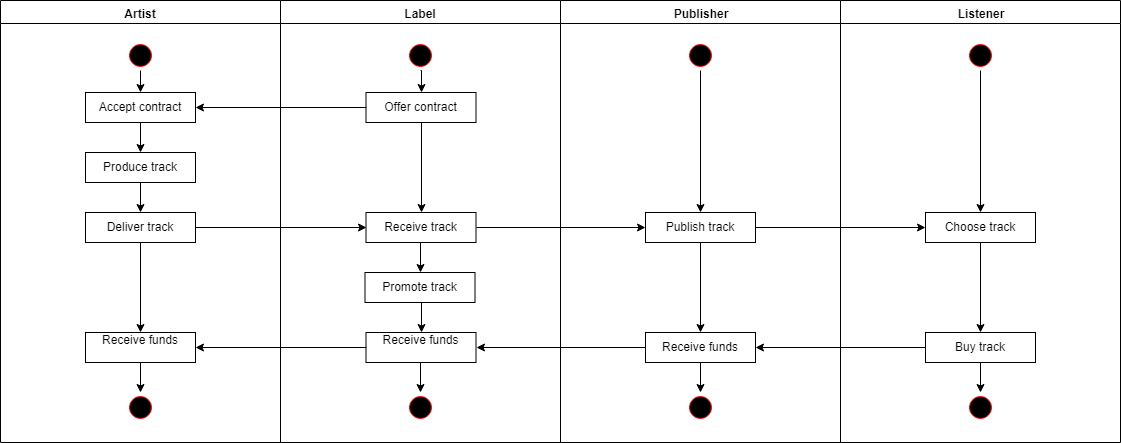
Earlier version of the draw.io export Blockchain Supply Chain - Activity.png (nymkappa/udacity-blockchain-nanodegree). Source tidied: cells renumbered, new cells last; positions are measured from the earlier drawing's top-left corner, leaving out a move shared by most shapes. Source of this version:
```xml
<mxGraphModel background="#ffffff">
  <root>
    <mxCell id="0" />
    <mxCell id="1" parent="0" />
    <mxCell id="2" value="Artist" style="swimlane;whiteSpace=wrap;" parent="1" vertex="1">
      <mxGeometry width="280" height="442" as="geometry" />
    </mxCell>
    <mxCell id="3" style="edgeStyle=orthogonalEdgeStyle;rounded=0;jettySize=auto;html=1;exitX=0.5;exitY=1;exitDx=0;exitDy=0;entryX=0.5;entryY=0;entryDx=0;entryDy=0;" parent="2" edge="1" source="4" target="6">
      <mxGeometry relative="1" as="geometry" />
    </mxCell>
    <mxCell id="4" style="ellipse;shape=startState;fillColor=#000000;strokeColor=#ff0000;" parent="2" vertex="1">
      <mxGeometry x="125" y="40" width="30" height="30" as="geometry" />
    </mxCell>
    <mxCell id="5" style="edgeStyle=orthogonalEdgeStyle;rounded=0;jettySize=auto;html=1;exitX=0.5;exitY=1;exitDx=0;exitDy=0;entryX=0.5;entryY=0;entryDx=0;entryDy=0;" parent="2" edge="1" source="6" target="8">
      <mxGeometry relative="1" as="geometry" />
    </mxCell>
    <mxCell id="6" value="Accept contract" parent="2" vertex="1">
      <mxGeometry x="85" y="92" width="110" height="30" as="geometry" />
    </mxCell>
    <mxCell id="7" style="edgeStyle=orthogonalEdgeStyle;rounded=0;jettySize=auto;html=1;exitX=0.5;exitY=1;exitDx=0;exitDy=0;entryX=0.5;entryY=0;entryDx=0;entryDy=0;" parent="2" edge="1" source="8" target="10">
      <mxGeometry relative="1" as="geometry" />
    </mxCell>
    <mxCell id="8" value="Produce track" parent="2" vertex="1">
      <mxGeometry x="85" y="152" width="110" height="30" as="geometry" />
    </mxCell>
    <mxCell id="9" style="edgeStyle=orthogonalEdgeStyle;rounded=0;jettySize=auto;html=1;exitX=0.5;exitY=1;exitDx=0;exitDy=0;entryX=0.5;entryY=0;entryDx=0;entryDy=0;fontColor=#000000;" parent="2" edge="1" source="10" target="12">
      <mxGeometry relative="1" as="geometry" />
    </mxCell>
    <mxCell id="10" value="Deliver track" parent="2" vertex="1">
      <mxGeometry x="85" y="212" width="110" height="30" as="geometry" />
    </mxCell>
    <mxCell id="11" style="edgeStyle=orthogonalEdgeStyle;rounded=0;jettySize=auto;html=1;exitX=0.5;exitY=1;exitDx=0;exitDy=0;entryX=0.5;entryY=0;entryDx=0;entryDy=0;fontColor=#000000;" parent="2" edge="1" source="12" target="13">
      <mxGeometry relative="1" as="geometry" />
    </mxCell>
    <mxCell id="12" value="Receive funds&#10;" parent="2" vertex="1">
      <mxGeometry x="85" y="332" width="110" height="30" as="geometry" />
    </mxCell>
    <mxCell id="13" style="ellipse;shape=startState;fillColor=#000000;strokeColor=#ff0000;" parent="2" vertex="1">
      <mxGeometry x="125" y="392" width="30" height="30" as="geometry" />
    </mxCell>
    <mxCell id="14" value="Label" style="swimlane;whiteSpace=wrap;startSize=23;" parent="1" vertex="1">
      <mxGeometry x="280" width="280" height="442" as="geometry" />
    </mxCell>
    <mxCell id="15" style="edgeStyle=orthogonalEdgeStyle;rounded=0;jettySize=auto;html=1;exitX=0.5;exitY=1;exitDx=0;exitDy=0;entryX=0.5;entryY=0;entryDx=0;entryDy=0;" parent="14" edge="1" source="16" target="18">
      <mxGeometry relative="1" as="geometry" />
    </mxCell>
    <mxCell id="16" style="ellipse;shape=startState;fillColor=#000000;strokeColor=#ff0000;" parent="14" vertex="1">
      <mxGeometry x="124.5" y="40" width="30" height="30" as="geometry" />
    </mxCell>
    <mxCell id="17" style="edgeStyle=orthogonalEdgeStyle;rounded=0;jettySize=auto;html=1;exitX=0.5;exitY=1;exitDx=0;exitDy=0;entryX=0.5;entryY=0;entryDx=0;entryDy=0;" parent="14" edge="1" source="18" target="20">
      <mxGeometry relative="1" as="geometry" />
    </mxCell>
    <mxCell id="18" value="Offer contract" parent="14" vertex="1">
      <mxGeometry x="85.5" y="92" width="110" height="30" as="geometry" />
    </mxCell>
    <mxCell id="19" style="edgeStyle=orthogonalEdgeStyle;rounded=0;jettySize=auto;html=1;exitX=0.5;exitY=1;exitDx=0;exitDy=0;entryX=0.5;entryY=0;entryDx=0;entryDy=0;fontColor=#000000;" parent="14" edge="1" source="20" target="24">
      <mxGeometry relative="1" as="geometry" />
    </mxCell>
    <mxCell id="20" value="Receive track" parent="14" vertex="1">
      <mxGeometry x="85.5" y="212" width="110" height="30" as="geometry" />
    </mxCell>
    <mxCell id="21" style="edgeStyle=orthogonalEdgeStyle;rounded=0;jettySize=auto;html=1;exitX=0.5;exitY=1;exitDx=0;exitDy=0;entryX=0.5;entryY=0;entryDx=0;entryDy=0;fontColor=#000000;" parent="14" edge="1" source="22" target="25">
      <mxGeometry relative="1" as="geometry" />
    </mxCell>
    <mxCell id="22" value="Receive funds&#10;" parent="14" vertex="1">
      <mxGeometry x="85.5" y="332" width="110" height="30" as="geometry" />
    </mxCell>
    <mxCell id="23" style="edgeStyle=orthogonalEdgeStyle;rounded=0;jettySize=auto;html=1;exitX=0.5;exitY=1;exitDx=0;exitDy=0;entryX=0.5;entryY=0;entryDx=0;entryDy=0;fontColor=#000000;" parent="14" edge="1" source="24" target="22">
      <mxGeometry relative="1" as="geometry" />
    </mxCell>
    <mxCell id="24" value="Promote track" style="fontColor=#000000;" parent="14" vertex="1">
      <mxGeometry x="84.5" y="272" width="110" height="30" as="geometry" />
    </mxCell>
    <mxCell id="25" style="ellipse;shape=startState;fillColor=#000000;strokeColor=#ff0000;" parent="14" vertex="1">
      <mxGeometry x="124.5" y="392" width="30" height="30" as="geometry" />
    </mxCell>
    <mxCell id="26" value="Publisher" style="swimlane;whiteSpace=wrap;" parent="1" vertex="1">
      <mxGeometry x="560" width="280" height="442" as="geometry" />
    </mxCell>
    <mxCell id="27" style="edgeStyle=orthogonalEdgeStyle;rounded=0;jettySize=auto;html=1;exitX=0.5;exitY=1;exitDx=0;exitDy=0;entryX=0.5;entryY=0;entryDx=0;entryDy=0;fontColor=#000000;" parent="26" edge="1" source="28" target="32">
      <mxGeometry relative="1" as="geometry" />
    </mxCell>
    <mxCell id="28" value="Publish track" parent="26" vertex="1">
      <mxGeometry x="85" y="212" width="110" height="30" as="geometry" />
    </mxCell>
    <mxCell id="29" style="edgeStyle=orthogonalEdgeStyle;rounded=0;jettySize=auto;html=1;exitX=0.5;exitY=1;exitDx=0;exitDy=0;entryX=0.5;entryY=0;entryDx=0;entryDy=0;" parent="26" edge="1" source="30" target="28">
      <mxGeometry relative="1" as="geometry" />
    </mxCell>
    <mxCell id="30" style="ellipse;shape=startState;fillColor=#000000;strokeColor=#ff0000;" parent="26" vertex="1">
      <mxGeometry x="125" y="40" width="30" height="30" as="geometry" />
    </mxCell>
    <mxCell id="31" style="edgeStyle=orthogonalEdgeStyle;rounded=0;jettySize=auto;html=1;exitX=0.5;exitY=1;exitDx=0;exitDy=0;entryX=0.5;entryY=0;entryDx=0;entryDy=0;fontColor=#000000;" parent="26" edge="1" source="32" target="33">
      <mxGeometry relative="1" as="geometry" />
    </mxCell>
    <mxCell id="32" value="Receive funds" parent="26" vertex="1">
      <mxGeometry x="85" y="332" width="110" height="30" as="geometry" />
    </mxCell>
    <mxCell id="33" style="ellipse;shape=startState;fillColor=#000000;strokeColor=#ff0000;" parent="26" vertex="1">
      <mxGeometry x="125" y="392" width="30" height="30" as="geometry" />
    </mxCell>
    <mxCell id="34" value="Listener" style="swimlane;whiteSpace=wrap;" parent="1" vertex="1">
      <mxGeometry x="840" width="280" height="442" as="geometry" />
    </mxCell>
    <mxCell id="35" style="edgeStyle=orthogonalEdgeStyle;rounded=0;jettySize=auto;html=1;exitX=0.5;exitY=1;exitDx=0;exitDy=0;entryX=0.5;entryY=0;entryDx=0;entryDy=0;fontColor=#000000;" parent="34" edge="1" source="36" target="38">
      <mxGeometry relative="1" as="geometry" />
    </mxCell>
    <mxCell id="36" style="ellipse;shape=startState;fillColor=#000000;strokeColor=#ff0000;" parent="34" vertex="1">
      <mxGeometry x="125" y="40" width="30" height="30" as="geometry" />
    </mxCell>
    <mxCell id="37" style="edgeStyle=orthogonalEdgeStyle;rounded=0;jettySize=auto;html=1;exitX=0.5;exitY=1;exitDx=0;exitDy=0;entryX=0.5;entryY=0;entryDx=0;entryDy=0;fontColor=#000000;" parent="34" edge="1" source="38" target="41">
      <mxGeometry relative="1" as="geometry" />
    </mxCell>
    <mxCell id="38" value="Choose track" style="fontColor=#000000;" parent="34" vertex="1">
      <mxGeometry x="85" y="212" width="110" height="30" as="geometry" />
    </mxCell>
    <mxCell id="39" style="ellipse;shape=startState;fillColor=#000000;strokeColor=#ff0000;" parent="34" vertex="1">
      <mxGeometry x="125" y="392" width="30" height="30" as="geometry" />
    </mxCell>
    <mxCell id="40" style="edgeStyle=orthogonalEdgeStyle;rounded=0;jettySize=auto;html=1;exitX=0.5;exitY=1;exitDx=0;exitDy=0;entryX=0.5;entryY=0;entryDx=0;entryDy=0;fontColor=#000000;" parent="34" edge="1" source="41" target="39">
      <mxGeometry relative="1" as="geometry" />
    </mxCell>
    <mxCell id="41" value="Buy track" style="fontColor=#000000;" parent="34" vertex="1">
      <mxGeometry x="85" y="332" width="110" height="30" as="geometry" />
    </mxCell>
    <mxCell id="42" style="edgeStyle=orthogonalEdgeStyle;rounded=0;jettySize=auto;html=1;exitX=0;exitY=0.5;exitDx=0;exitDy=0;entryX=1;entryY=0.5;entryDx=0;entryDy=0;" parent="1" edge="1" source="18" target="6">
      <mxGeometry relative="1" as="geometry" />
    </mxCell>
    <mxCell id="43" style="edgeStyle=orthogonalEdgeStyle;rounded=0;jettySize=auto;html=1;exitX=1;exitY=0.5;exitDx=0;exitDy=0;entryX=0;entryY=0.5;entryDx=0;entryDy=0;" parent="1" edge="1" source="10" target="20">
      <mxGeometry relative="1" as="geometry" />
    </mxCell>
    <mxCell id="44" style="edgeStyle=orthogonalEdgeStyle;rounded=0;jettySize=auto;html=1;exitX=1;exitY=0.5;exitDx=0;exitDy=0;entryX=0;entryY=0.5;entryDx=0;entryDy=0;" parent="1" edge="1" source="20" target="28">
      <mxGeometry relative="1" as="geometry" />
    </mxCell>
    <mxCell id="45" style="edgeStyle=orthogonalEdgeStyle;rounded=0;jettySize=auto;html=1;exitX=0;exitY=0.5;exitDx=0;exitDy=0;entryX=1;entryY=0.5;entryDx=0;entryDy=0;fontColor=#000000;" parent="1" edge="1" source="32" target="22">
      <mxGeometry relative="1" as="geometry" />
    </mxCell>
    <mxCell id="46" style="edgeStyle=orthogonalEdgeStyle;rounded=0;jettySize=auto;html=1;exitX=0;exitY=0.5;exitDx=0;exitDy=0;entryX=1;entryY=0.5;entryDx=0;entryDy=0;fontColor=#000000;" parent="1" edge="1" source="22" target="12">
      <mxGeometry relative="1" as="geometry" />
    </mxCell>
    <mxCell id="47" style="edgeStyle=orthogonalEdgeStyle;rounded=0;jettySize=auto;html=1;exitX=0;exitY=0.5;exitDx=0;exitDy=0;entryX=1;entryY=0.5;entryDx=0;entryDy=0;fontColor=#000000;" parent="1" edge="1" source="41" target="32">
      <mxGeometry relative="1" as="geometry" />
    </mxCell>
    <mxCell id="48" style="edgeStyle=orthogonalEdgeStyle;rounded=0;jettySize=auto;html=1;exitX=1;exitY=0.5;exitDx=0;exitDy=0;fontColor=#000000;" parent="1" edge="1" source="28" target="38">
      <mxGeometry relative="1" as="geometry" />
    </mxCell>
  </root>
</mxGraphModel>
```
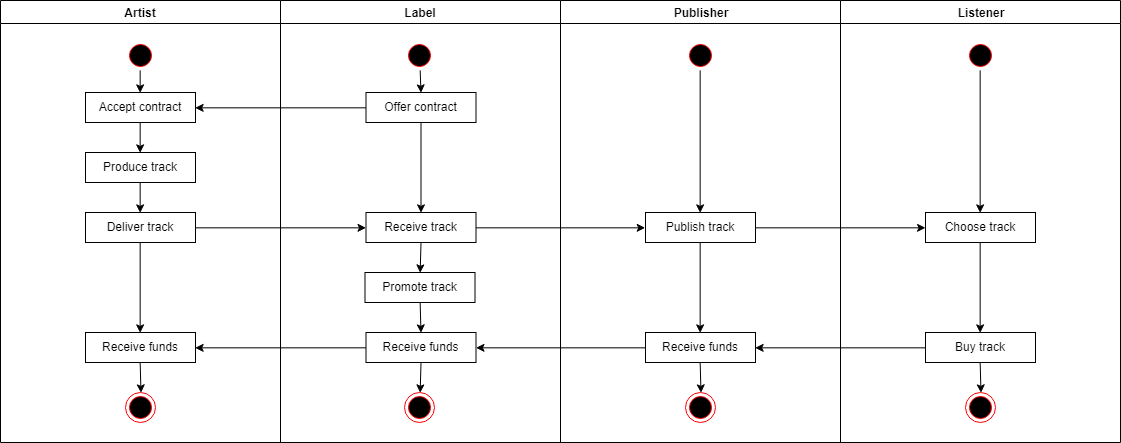
After the change.

Commit message:
Add 2 more state to track contract creation/acceptance - Add end of state symbols

Change to the diagram source:
```diff
@@ -29,15 +29,17 @@
     <mxCell id="10" value="Deliver track" parent="2" vertex="1">
       <mxGeometry x="85" y="212" width="110" height="30" as="geometry" />
     </mxCell>
-    <mxCell id="11" style="edgeStyle=orthogonalEdgeStyle;rounded=0;jettySize=auto;html=1;exitX=0.5;exitY=1;exitDx=0;exitDy=0;entryX=0.5;entryY=0;entryDx=0;entryDy=0;fontColor=#000000;" parent="2" edge="1" source="12" target="13">
-      <mxGeometry relative="1" as="geometry" />
+    <mxCell id="11" style="edgeStyle=orthogonalEdgeStyle;rounded=0;jettySize=auto;html=1;exitX=0.5;exitY=1;exitDx=0;exitDy=0;entryX=0.5;entryY=0;entryDx=0;entryDy=0;fontColor=#000000;" parent="2" edge="1" source="12">
+      <mxGeometry relative="1" as="geometry">
+        <mxPoint x="140.2" y="392.2" as="targetPoint" />
+      </mxGeometry>
     </mxCell>
-    <mxCell id="12" value="Receive funds&#10;" parent="2" vertex="1">
+    <mxCell id="12" value="Receive funds" parent="2" vertex="1">
       <mxGeometry x="85" y="332" width="110" height="30" as="geometry" />
     </mxCell>
-    <mxCell id="13" style="ellipse;shape=startState;fillColor=#000000;strokeColor=#ff0000;" parent="2" vertex="1">
-      <mxGeometry x="125" y="392" width="30" height="30" as="geometry" />
-    </mxCell>
+    <mxCell id="49" style="ellipse;html=1;shape=endState;fillColor=#000000;strokeColor=#ff0000;shadow=0;" parent="2" vertex="1">
+      <mxGeometry x="125" y="392" width="30" height="30" as="geometry" />
+    </mxCell>
     <mxCell id="14" value="Label" style="swimlane;whiteSpace=wrap;startSize=23;" parent="1" vertex="1">
       <mxGeometry x="280" width="280" height="442" as="geometry" />
     </mxCell>
@@ -59,10 +61,12 @@
     <mxCell id="20" value="Receive track" parent="14" vertex="1">
       <mxGeometry x="85.5" y="212" width="110" height="30" as="geometry" />
     </mxCell>
-    <mxCell id="21" style="edgeStyle=orthogonalEdgeStyle;rounded=0;jettySize=auto;html=1;exitX=0.5;exitY=1;exitDx=0;exitDy=0;entryX=0.5;entryY=0;entryDx=0;entryDy=0;fontColor=#000000;" parent="14" edge="1" source="22" target="25">
-      <mxGeometry relative="1" as="geometry" />
+    <mxCell id="21" style="edgeStyle=orthogonalEdgeStyle;rounded=0;jettySize=auto;html=1;exitX=0.5;exitY=1;exitDx=0;exitDy=0;entryX=0.5;entryY=0;entryDx=0;entryDy=0;fontColor=#000000;" parent="14" edge="1" source="22">
+      <mxGeometry relative="1" as="geometry">
+        <mxPoint x="139.5" y="392.2" as="targetPoint" />
+      </mxGeometry>
     </mxCell>
-    <mxCell id="22" value="Receive funds&#10;" parent="14" vertex="1">
+    <mxCell id="22" value="Receive funds" parent="14" vertex="1">
       <mxGeometry x="85.5" y="332" width="110" height="30" as="geometry" />
     </mxCell>
     <mxCell id="23" style="edgeStyle=orthogonalEdgeStyle;rounded=0;jettySize=auto;html=1;exitX=0.5;exitY=1;exitDx=0;exitDy=0;entryX=0.5;entryY=0;entryDx=0;entryDy=0;fontColor=#000000;" parent="14" edge="1" source="24" target="22">
@@ -71,9 +75,9 @@
     <mxCell id="24" value="Promote track" style="fontColor=#000000;" parent="14" vertex="1">
       <mxGeometry x="84.5" y="272" width="110" height="30" as="geometry" />
     </mxCell>
-    <mxCell id="25" style="ellipse;shape=startState;fillColor=#000000;strokeColor=#ff0000;" parent="14" vertex="1">
-      <mxGeometry x="124.5" y="392" width="30" height="30" as="geometry" />
-    </mxCell>
+    <mxCell id="50" style="ellipse;html=1;shape=endState;fillColor=#000000;strokeColor=#ff0000;shadow=0;" parent="14" vertex="1">
+      <mxGeometry x="124.5" y="392" width="30" height="30" as="geometry" />
+    </mxCell>
     <mxCell id="26" value="Publisher" style="swimlane;whiteSpace=wrap;" parent="1" vertex="1">
       <mxGeometry x="560" width="280" height="442" as="geometry" />
     </mxCell>
@@ -89,15 +93,17 @@
     <mxCell id="30" style="ellipse;shape=startState;fillColor=#000000;strokeColor=#ff0000;" parent="26" vertex="1">
       <mxGeometry x="125" y="40" width="30" height="30" as="geometry" />
     </mxCell>
-    <mxCell id="31" style="edgeStyle=orthogonalEdgeStyle;rounded=0;jettySize=auto;html=1;exitX=0.5;exitY=1;exitDx=0;exitDy=0;entryX=0.5;entryY=0;entryDx=0;entryDy=0;fontColor=#000000;" parent="26" edge="1" source="32" target="33">
-      <mxGeometry relative="1" as="geometry" />
+    <mxCell id="31" style="edgeStyle=orthogonalEdgeStyle;rounded=0;jettySize=auto;html=1;exitX=0.5;exitY=1;exitDx=0;exitDy=0;entryX=0.5;entryY=0;entryDx=0;entryDy=0;fontColor=#000000;" parent="26" edge="1" source="32">
+      <mxGeometry relative="1" as="geometry">
+        <mxPoint x="140.2" y="392.2" as="targetPoint" />
+      </mxGeometry>
     </mxCell>
     <mxCell id="32" value="Receive funds" parent="26" vertex="1">
       <mxGeometry x="85" y="332" width="110" height="30" as="geometry" />
     </mxCell>
-    <mxCell id="33" style="ellipse;shape=startState;fillColor=#000000;strokeColor=#ff0000;" parent="26" vertex="1">
-      <mxGeometry x="125" y="392" width="30" height="30" as="geometry" />
-    </mxCell>
+    <mxCell id="51" style="ellipse;html=1;shape=endState;fillColor=#000000;strokeColor=#ff0000;shadow=0;" parent="26" vertex="1">
+      <mxGeometry x="125" y="392" width="30" height="30" as="geometry" />
+    </mxCell>
     <mxCell id="34" value="Listener" style="swimlane;whiteSpace=wrap;" parent="1" vertex="1">
       <mxGeometry x="840" width="280" height="442" as="geometry" />
     </mxCell>
@@ -113,15 +119,17 @@
     <mxCell id="38" value="Choose track" style="fontColor=#000000;" parent="34" vertex="1">
       <mxGeometry x="85" y="212" width="110" height="30" as="geometry" />
     </mxCell>
-    <mxCell id="39" style="ellipse;shape=startState;fillColor=#000000;strokeColor=#ff0000;" parent="34" vertex="1">
-      <mxGeometry x="125" y="392" width="30" height="30" as="geometry" />
-    </mxCell>
-    <mxCell id="40" style="edgeStyle=orthogonalEdgeStyle;rounded=0;jettySize=auto;html=1;exitX=0.5;exitY=1;exitDx=0;exitDy=0;entryX=0.5;entryY=0;entryDx=0;entryDy=0;fontColor=#000000;" parent="34" edge="1" source="41" target="39">
-      <mxGeometry relative="1" as="geometry" />
+    <mxCell id="40" style="edgeStyle=orthogonalEdgeStyle;rounded=0;jettySize=auto;html=1;exitX=0.5;exitY=1;exitDx=0;exitDy=0;entryX=0.5;entryY=0;entryDx=0;entryDy=0;fontColor=#000000;" parent="34" edge="1" source="41">
+      <mxGeometry relative="1" as="geometry">
+        <mxPoint x="140.2" y="392.2" as="targetPoint" />
+      </mxGeometry>
     </mxCell>
     <mxCell id="41" value="Buy track" style="fontColor=#000000;" parent="34" vertex="1">
       <mxGeometry x="85" y="332" width="110" height="30" as="geometry" />
     </mxCell>
+    <mxCell id="52" style="ellipse;html=1;shape=endState;fillColor=#000000;strokeColor=#ff0000;shadow=0;" parent="34" vertex="1">
+      <mxGeometry x="125" y="392" width="30" height="30" as="geometry" />
+    </mxCell>
     <mxCell id="42" style="edgeStyle=orthogonalEdgeStyle;rounded=0;jettySize=auto;html=1;exitX=0;exitY=0.5;exitDx=0;exitDy=0;entryX=1;entryY=0.5;entryDx=0;entryDy=0;" parent="1" edge="1" source="18" target="6">
       <mxGeometry relative="1" as="geometry" />
     </mxCell>
```
